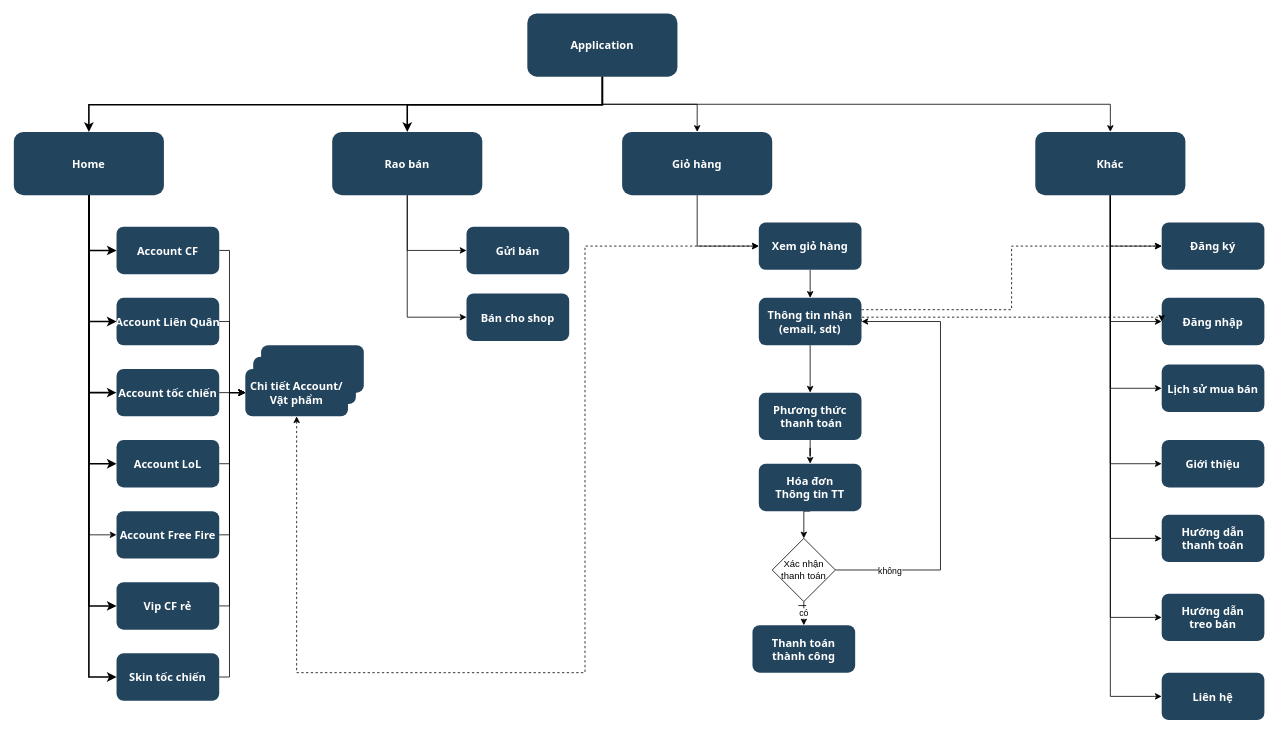
Earlier version of the draw.io diagram Copy of Untitled Diagram.drawio (aaaahoang123/examjsf). Source tidied: cells renumbered, new cells numbered last; positions are measured from the earlier drawing's top-left corner, leaving out a move shared by most shapes. Both pictures are drawn from the tidied source at 79%, with x=0, y=0 at pixel (13, 13).
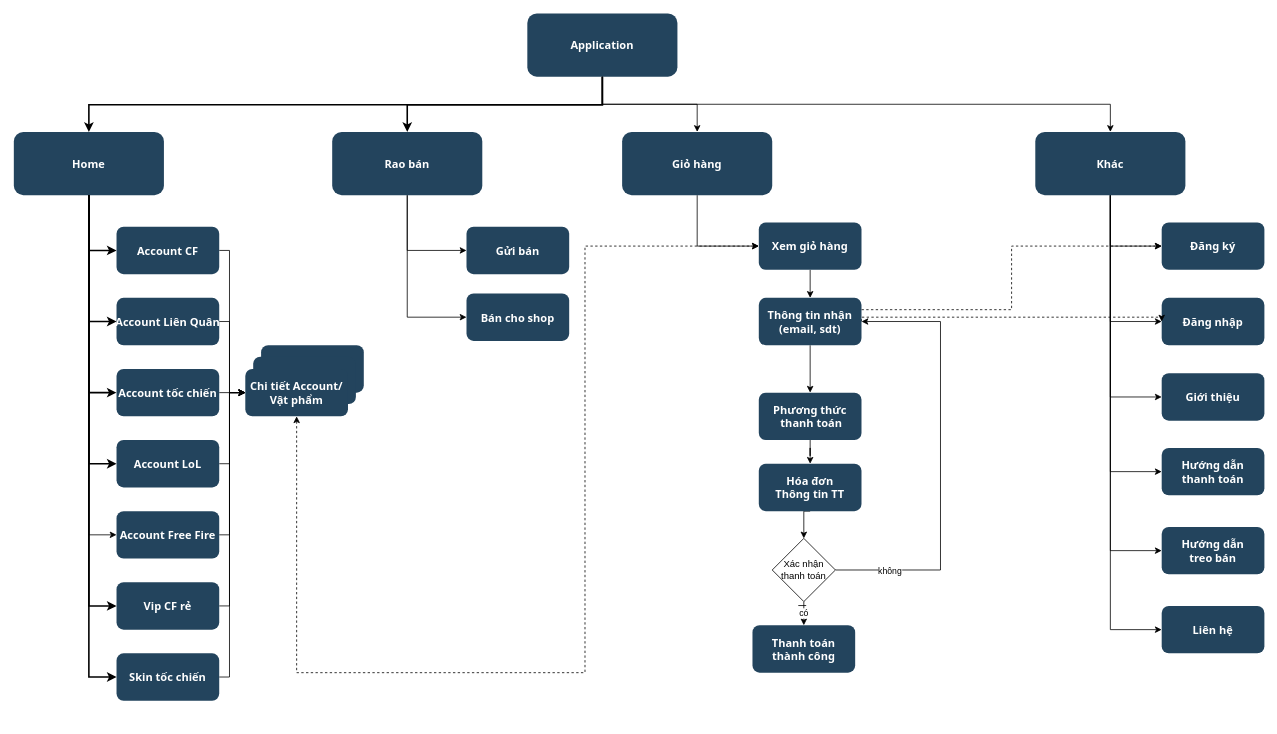
Above is the later version.

Unchanged cells that the change refers to:
```xml
<mxCell id="37" value="Khác" style="rounded=1;fillColor=#23445D;gradientColor=none;strokeColor=none;fontColor=#FFFFFF;fontStyle=1;fontFamily=Tahoma;fontSize=14;" parent="1" vertex="1">
  <mxGeometry x="1293" y="149.5" width="190" height="80" as="geometry" />
</mxCell>
```

Diff of the diagram source:
```diff
@@
-    <mxCell id="32" style="edgeStyle=orthogonalEdgeStyle;rounded=0;jettySize=auto;html=1;exitX=0.5;exitY=1;exitDx=0;exitDy=0;entryX=0;entryY=0.5;entryDx=0;entryDy=0;" parent="1" edge="1" source="37" target="47">
-      <mxGeometry relative="1" as="geometry" />
-    </mxCell>
@@
-    <mxCell id="47" value="Lịch sử mua bán" style="rounded=1;fillColor=#23445D;gradientColor=none;strokeColor=none;fontColor=#FFFFFF;fontStyle=1;fontFamily=Tahoma;fontSize=14;" parent="1" vertex="1">
-      <mxGeometry x="1453" y="444" width="130" height="60" as="geometry" />
-    </mxCell>
@@
     <mxCell id="67" value="Giới thiệu" style="rounded=1;fillColor=#23445D;gradientColor=none;strokeColor=none;fontColor=#FFFFFF;fontStyle=1;fontFamily=Tahoma;fontSize=14;" parent="1" vertex="1">
-      <mxGeometry x="1453" y="539.5" width="130" height="60" as="geometry" />
+      <mxGeometry x="1453" y="455" width="130" height="60" as="geometry" />
     </mxCell>
     <mxCell id="68" value="Liên hệ" style="rounded=1;fillColor=#23445D;gradientColor=none;strokeColor=none;fontColor=#FFFFFF;fontStyle=1;fontFamily=Tahoma;fontSize=14;" parent="1" vertex="1">
-      <mxGeometry x="1453" y="834" width="130" height="60" as="geometry" />
+      <mxGeometry x="1453" y="749.5" width="130" height="60" as="geometry" />
     </mxCell>
     <mxCell id="69" value="Hướng dẫn&#10;thanh toán" style="rounded=1;fillColor=#23445D;gradientColor=none;strokeColor=none;fontColor=#FFFFFF;fontStyle=1;fontFamily=Tahoma;fontSize=14;" parent="1" vertex="1">
-      <mxGeometry x="1453" y="634" width="130" height="60" as="geometry" />
+      <mxGeometry x="1453" y="549.5" width="130" height="60" as="geometry" />
     </mxCell>
     <mxCell id="70" value="Hướng dẫn&#10;treo bán" style="rounded=1;fillColor=#23445D;gradientColor=none;strokeColor=none;fontColor=#FFFFFF;fontStyle=1;fontFamily=Tahoma;fontSize=14;" parent="1" vertex="1">
-      <mxGeometry x="1453" y="734" width="130" height="60" as="geometry" />
+      <mxGeometry x="1453" y="649.5" width="130" height="60" as="geometry" />
     </mxCell>
```
